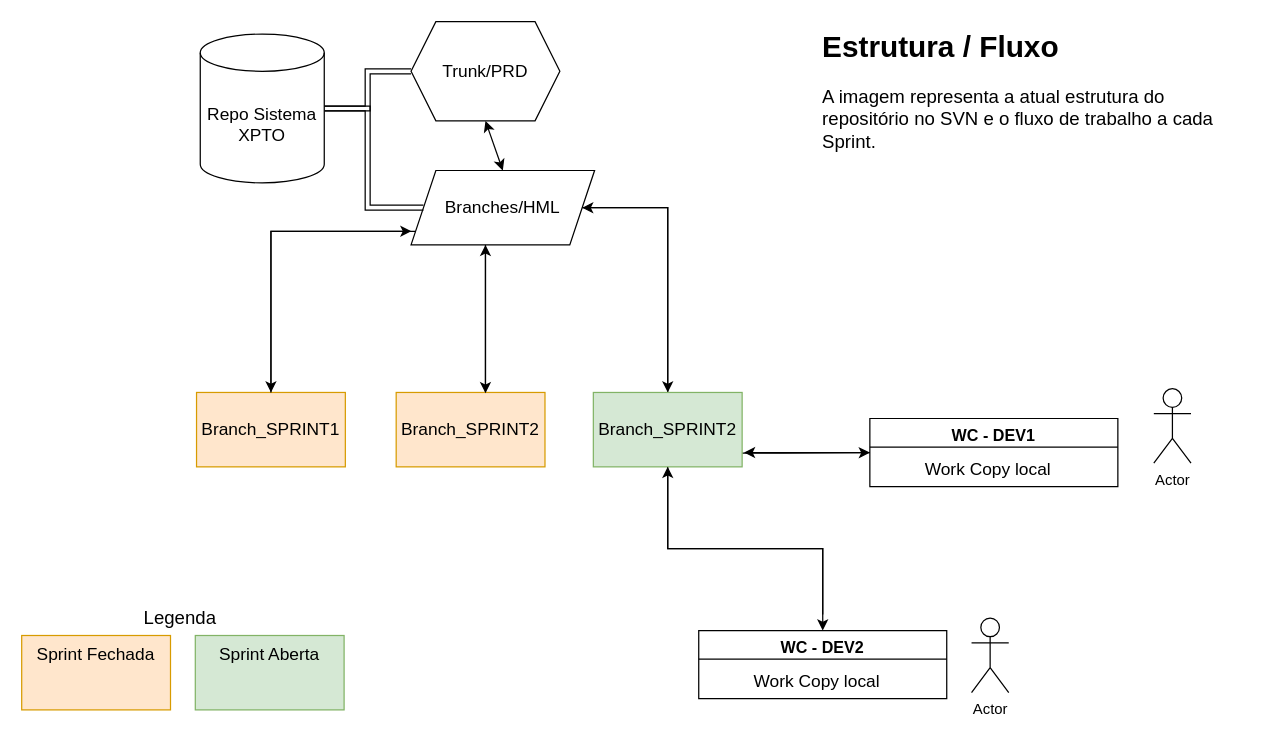
Lompzx/xpedu-ars-pa-sprint1 keeps this draw.io diagram as EstruturaFluxo.drawio. Above is the earlier version. Source tidied: cells renumbered, new cells numbered last; positions are measured from the earlier drawing's top-left corner, leaving out a move shared by most shapes. Both pictures are drawn from the tidied source at 124%, with x=0, y=0 at pixel (21, 21).
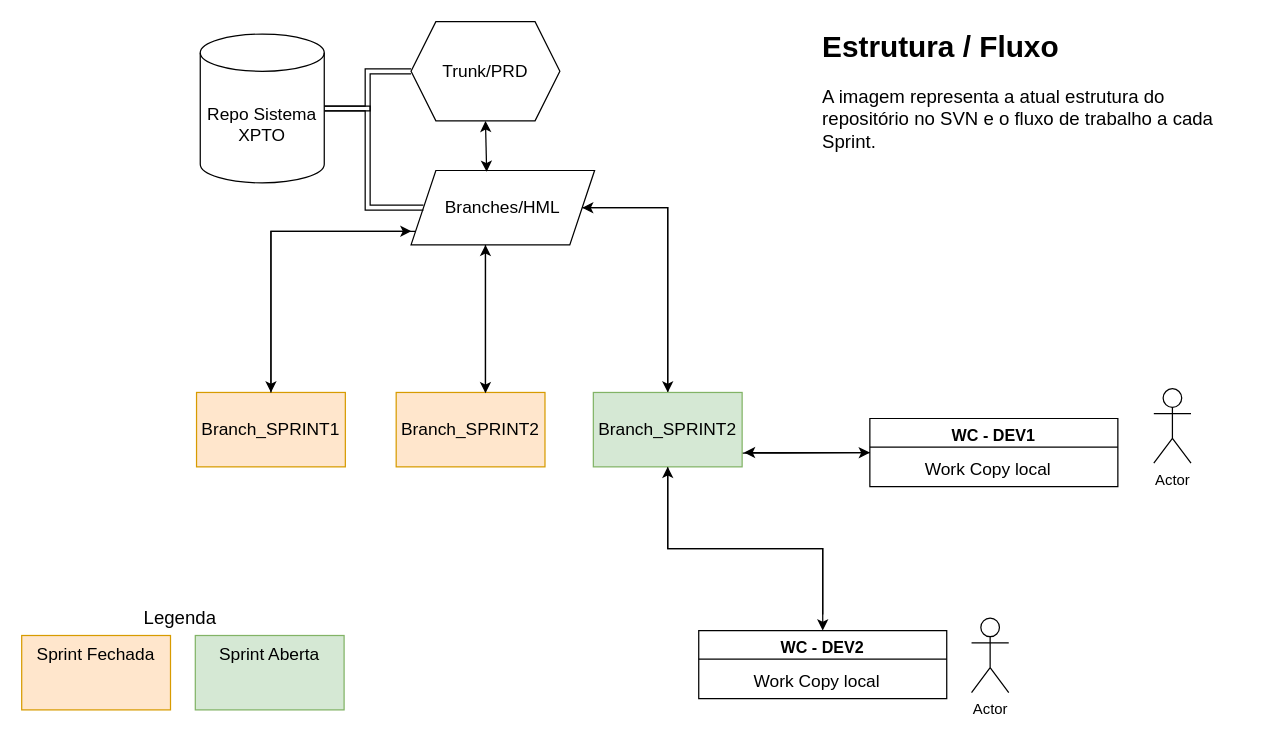
Above is the later version.

Unchanged cells that the change refers to:
```xml
<mxCell id="2" value="&lt;font style=&quot;font-size: 14px;&quot;&gt;Trunk/PRD&lt;/font&gt;" style="shape=hexagon;perimeter=hexagonPerimeter2;whiteSpace=wrap;html=1;fixedSize=1;" parent="1" vertex="1">
  <mxGeometry x="314" width="120" height="80" as="geometry" />
</mxCell>
<mxCell id="8" value="&lt;font style=&quot;font-size: 14px;&quot;&gt;Branches/HML&lt;/font&gt;" style="shape=parallelogram;perimeter=parallelogramPerimeter;whiteSpace=wrap;html=1;fixedSize=1;" parent="1" vertex="1">
  <mxGeometry x="314" y="120" width="148" height="60" as="geometry" />
</mxCell>
```

What changed in the source:
```diff
@@
-    <mxCell id="27" style="endArrow=classic;startArrow=classic;html=1;rounded=0;entryX=0.5;entryY=1;entryDx=0;entryDy=0;exitX=0.5;exitY=0;exitDx=0;exitDy=0;" parent="1" edge="1" source="8" target="2">
+    <mxCell id="27" style="endArrow=classic;startArrow=classic;html=1;rounded=0;entryX=0.5;entryY=1;entryDx=0;entryDy=0;exitX=0.412;exitY=0.017;exitDx=0;exitDy=0;exitPerimeter=0;" parent="1" edge="1" source="8" target="2">
       <mxGeometry relative="1" as="geometry" />
     </mxCell>
```
